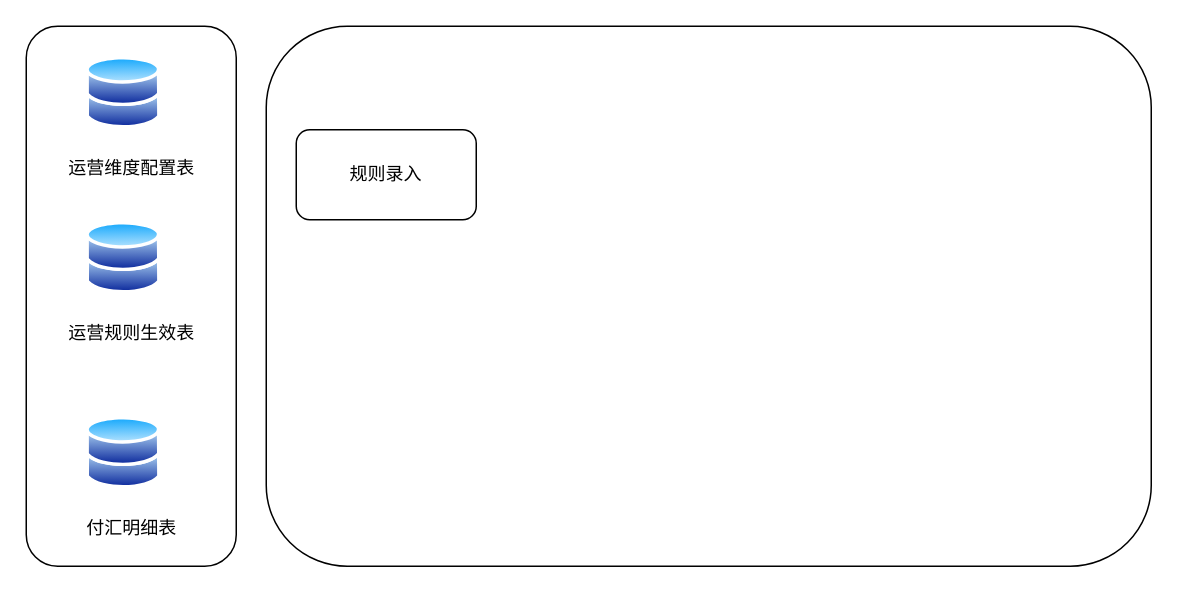
This is payment-operation-approval.drawio from Pgeorge13Z/drawio, a draw.io file, before an edit. Source tidied: cells renumbered, new cells numbered last; positions are measured from the earlier drawing's top-left corner, leaving out a move shared by most shapes. Both pictures are drawn from the tidied source at 150%, with x=0, y=0 at pixel (26, 26).
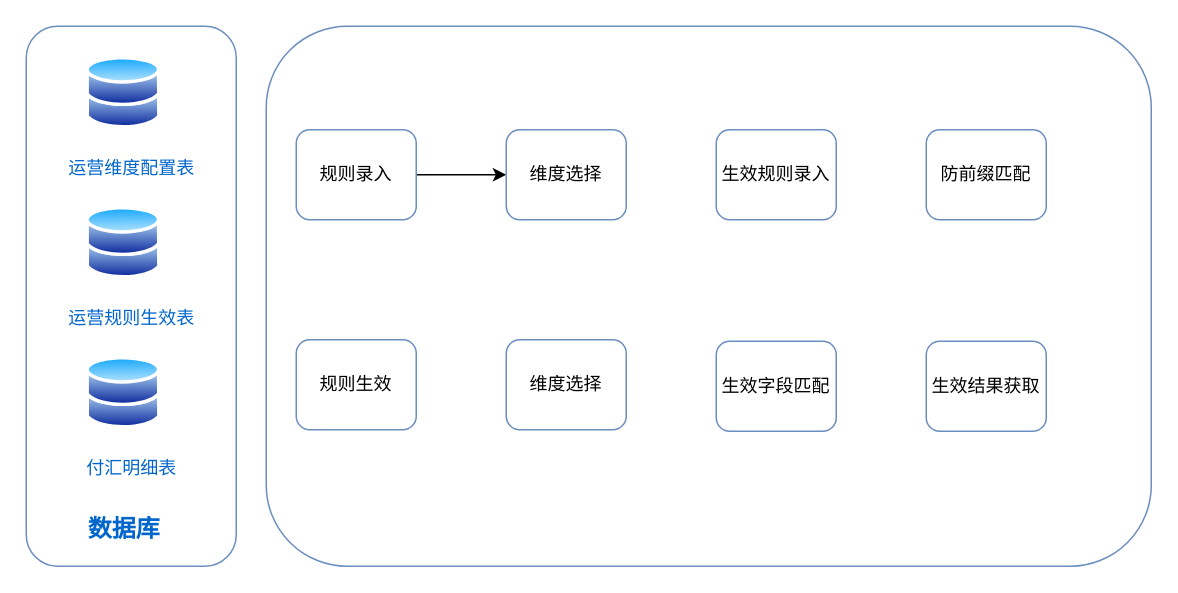
After the change.

The edit, as a diff of the source:
```diff
@@
 <mxGraphModel>
   <root>
     <mxCell id="0" />
     <mxCell id="1" parent="0" />
-    <mxCell id="2" style="rounded=1;whiteSpace=wrap;html=1;" parent="1" vertex="1">
+    <mxCell id="2" style="rounded=1;whiteSpace=wrap;html=1;fillColor=none;strokeColor=#6c8ebf;" parent="1" vertex="1">
       <mxGeometry width="140" height="360" as="geometry" />
     </mxCell>
     <mxCell id="3" style="image;perimeter=ellipsePerimeter;html=1;align=center;shadow=0;dashed=0;spacingTop=3;image=img/lib/active_directory/databases.svg;" parent="1" vertex="1">
       <mxGeometry x="40" y="20" width="50" height="49" as="geometry" />
     </mxCell>
-    <mxCell id="4" value="运营维度配置表" style="text;html=1;align=center;verticalAlign=middle;strokeColor=none;fillColor=none;" parent="1" vertex="1">
+    <mxCell id="4" value="&lt;font color=&quot;#0066cc&quot;&gt;运营维度配置表&lt;/font&gt;" style="text;html=1;align=center;verticalAlign=middle;strokeColor=none;fillColor=none;" parent="1" vertex="1">
       <mxGeometry x="15" y="80" width="110" height="30" as="geometry" />
     </mxCell>
     <mxCell id="5" style="image;perimeter=ellipsePerimeter;html=1;align=center;shadow=0;dashed=0;spacingTop=3;image=img/lib/active_directory/databases.svg;" parent="1" vertex="1">
-      <mxGeometry x="40" y="130" width="50" height="49" as="geometry" />
+      <mxGeometry x="40" y="120" width="50" height="49" as="geometry" />
     </mxCell>
-    <mxCell id="6" value="运营规则生效表" style="text;html=1;align=center;verticalAlign=middle;strokeColor=none;fillColor=none;" parent="1" vertex="1">
-      <mxGeometry x="15" y="190" width="110" height="30" as="geometry" />
+    <mxCell id="6" value="&lt;font color=&quot;#0066cc&quot;&gt;运营规则生效表&lt;/font&gt;" style="text;html=1;align=center;verticalAlign=middle;strokeColor=none;fillColor=none;" parent="1" vertex="1">
+      <mxGeometry x="15" y="180" width="110" height="30" as="geometry" />
     </mxCell>
     <mxCell id="7" style="image;perimeter=ellipsePerimeter;html=1;align=center;shadow=0;dashed=0;spacingTop=3;image=img/lib/active_directory/databases.svg;" parent="1" vertex="1">
-      <mxGeometry x="40" y="260" width="50" height="49" as="geometry" />
+      <mxGeometry x="40" y="220" width="50" height="49" as="geometry" />
     </mxCell>
-    <mxCell id="8" value="付汇明细表" style="text;html=1;align=center;verticalAlign=middle;strokeColor=none;fillColor=none;" parent="1" vertex="1">
-      <mxGeometry x="30" y="320" width="80" height="30" as="geometry" />
+    <mxCell id="8" value="&lt;font color=&quot;#0066cc&quot;&gt;付汇明细表&lt;/font&gt;" style="text;html=1;align=center;verticalAlign=middle;strokeColor=none;fillColor=none;" parent="1" vertex="1">
+      <mxGeometry x="30" y="280" width="80" height="30" as="geometry" />
     </mxCell>
-    <mxCell id="9" style="rounded=1;whiteSpace=wrap;html=1;" parent="1" vertex="1">
+    <mxCell id="9" style="rounded=1;whiteSpace=wrap;html=1;fillColor=none;strokeColor=#6c8ebf;" parent="1" vertex="1">
       <mxGeometry x="160" width="590" height="360" as="geometry" />
     </mxCell>
+    <mxCell id="11" style="edgeStyle=orthogonalEdgeStyle;rounded=0;jettySize=auto;html=1;entryX=0;entryY=0.5;entryDx=0;entryDy=0;" parent="1" edge="1" source="10" target="14">
+      <mxGeometry relative="1" as="geometry" />
+    </mxCell>
-    <mxCell id="10" value="规则录入" style="rounded=1;whiteSpace=wrap;html=1;" parent="1" vertex="1">
-      <mxGeometry x="180" y="69" width="120" height="60" as="geometry" />
+    <mxCell id="10" value="规则录入" style="rounded=1;whiteSpace=wrap;html=1;fillColor=none;strokeColor=#6c8ebf;" parent="1" vertex="1">
+      <mxGeometry x="180" y="69" width="80" height="60" as="geometry" />
     </mxCell>
+    <mxCell id="12" value="&lt;b&gt;&lt;font color=&quot;#0066cc&quot; style=&quot;font-size: 16px;&quot;&gt;数据库&lt;/font&gt;&lt;/b&gt;" style="text;html=1;align=center;verticalAlign=middle;strokeColor=none;fillColor=none;" parent="1" vertex="1">
+      <mxGeometry x="30" y="320" width="70" height="30" as="geometry" />
+    </mxCell>
+    <mxCell id="13" value="规则生效" style="rounded=1;whiteSpace=wrap;html=1;fillColor=none;strokeColor=#6c8ebf;" parent="1" vertex="1">
+      <mxGeometry x="180" y="209" width="80" height="60" as="geometry" />
+    </mxCell>
+    <mxCell id="14" value="维度选择" style="rounded=1;whiteSpace=wrap;html=1;fillColor=none;strokeColor=#6c8ebf;" parent="1" vertex="1">
+      <mxGeometry x="320" y="69" width="80" height="60" as="geometry" />
+    </mxCell>
+    <mxCell id="15" value="生效规则录入" style="rounded=1;whiteSpace=wrap;html=1;fillColor=none;strokeColor=#6c8ebf;" parent="1" vertex="1">
+      <mxGeometry x="460" y="69" width="80" height="60" as="geometry" />
+    </mxCell>
+    <mxCell id="16" value="防前缀匹配" style="rounded=1;whiteSpace=wrap;html=1;fillColor=none;strokeColor=#6c8ebf;" parent="1" vertex="1">
+      <mxGeometry x="600" y="69" width="80" height="60" as="geometry" />
+    </mxCell>
+    <mxCell id="17" value="维度选择" style="rounded=1;whiteSpace=wrap;html=1;fillColor=none;strokeColor=#6c8ebf;" parent="1" vertex="1">
+      <mxGeometry x="320" y="209" width="80" height="60" as="geometry" />
+    </mxCell>
+    <mxCell id="18" value="生效字段匹配" style="rounded=1;whiteSpace=wrap;html=1;fillColor=none;strokeColor=#6c8ebf;" parent="1" vertex="1">
+      <mxGeometry x="460" y="210" width="80" height="60" as="geometry" />
+    </mxCell>
+    <mxCell id="19" value="生效结果获取" style="rounded=1;whiteSpace=wrap;html=1;fillColor=none;strokeColor=#6c8ebf;" parent="1" vertex="1">
+      <mxGeometry x="600" y="210" width="80" height="60" as="geometry" />
+    </mxCell>
   </root>
 </mxGraphModel>
```
